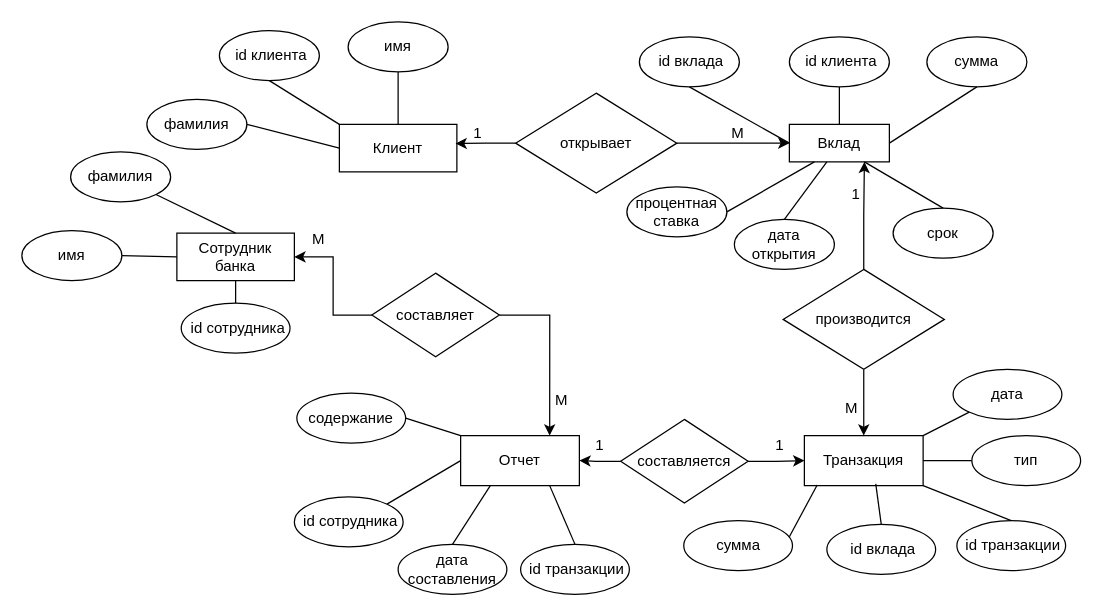
OlegWhiteRose/Architectures-for-highload keeps this draw.io diagram as lab1.drawio. Above is the earlier version. Source tidied: cells renumbered, new cells numbered last; positions are measured from the earlier drawing's top-left corner, leaving out a move shared by most shapes. Both pictures are drawn from the tidied source at 125%, with x=0, y=0 at pixel (21, 21).
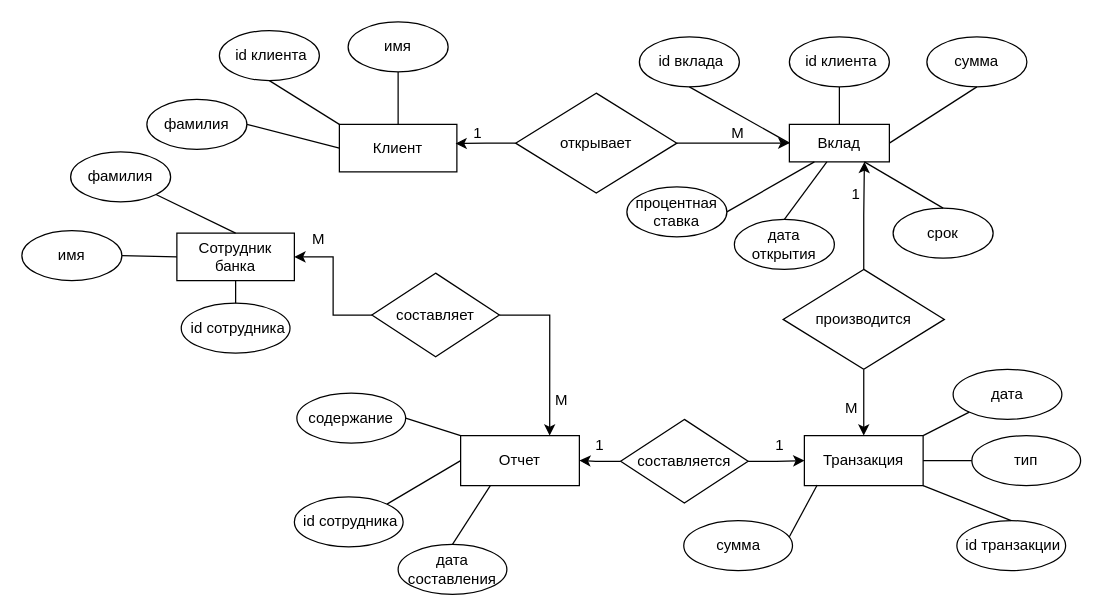
Above is the later version.

Unchanged cells that the change refers to:
```xml
<mxCell id="31" value="Транзакция" style="rounded=0;whiteSpace=wrap;html=1;" parent="1" vertex="1">
  <mxGeometry x="626" y="331" width="95" height="40" as="geometry" />
</mxCell>
<mxCell id="43" value="Отчет" style="rounded=0;whiteSpace=wrap;html=1;" parent="1" vertex="1">
  <mxGeometry x="351" y="331" width="95" height="40" as="geometry" />
</mxCell>
```

Diff of the diagram source:
```diff
@@
-    <mxCell id="35" value="&amp;nbsp;id вклада" style="ellipse;whiteSpace=wrap;html=1;" parent="1" vertex="1">
-      <mxGeometry x="644" y="402" width="87" height="40" as="geometry" />
-    </mxCell>
-    <mxCell id="36" style="endArrow=none;html=1;rounded=0;exitX=0.5;exitY=0;exitDx=0;exitDy=0;entryX=0.601;entryY=0.964;entryDx=0;entryDy=0;entryPerimeter=0;" parent="1" edge="1" source="35" target="31">
-      <mxGeometry relative="1" as="geometry" />
-    </mxCell>
@@
-    <mxCell id="49" value="&amp;nbsp;id транзакции" style="ellipse;whiteSpace=wrap;html=1;" parent="1" vertex="1">
-      <mxGeometry x="399" y="418" width="87" height="40" as="geometry" />
-    </mxCell>
-    <mxCell id="50" style="endArrow=none;html=1;rounded=0;exitX=0.5;exitY=0;exitDx=0;exitDy=0;entryX=0.75;entryY=1;entryDx=0;entryDy=0;" parent="1" edge="1" source="49" target="43">
-      <mxGeometry relative="1" as="geometry" />
-    </mxCell>
```
